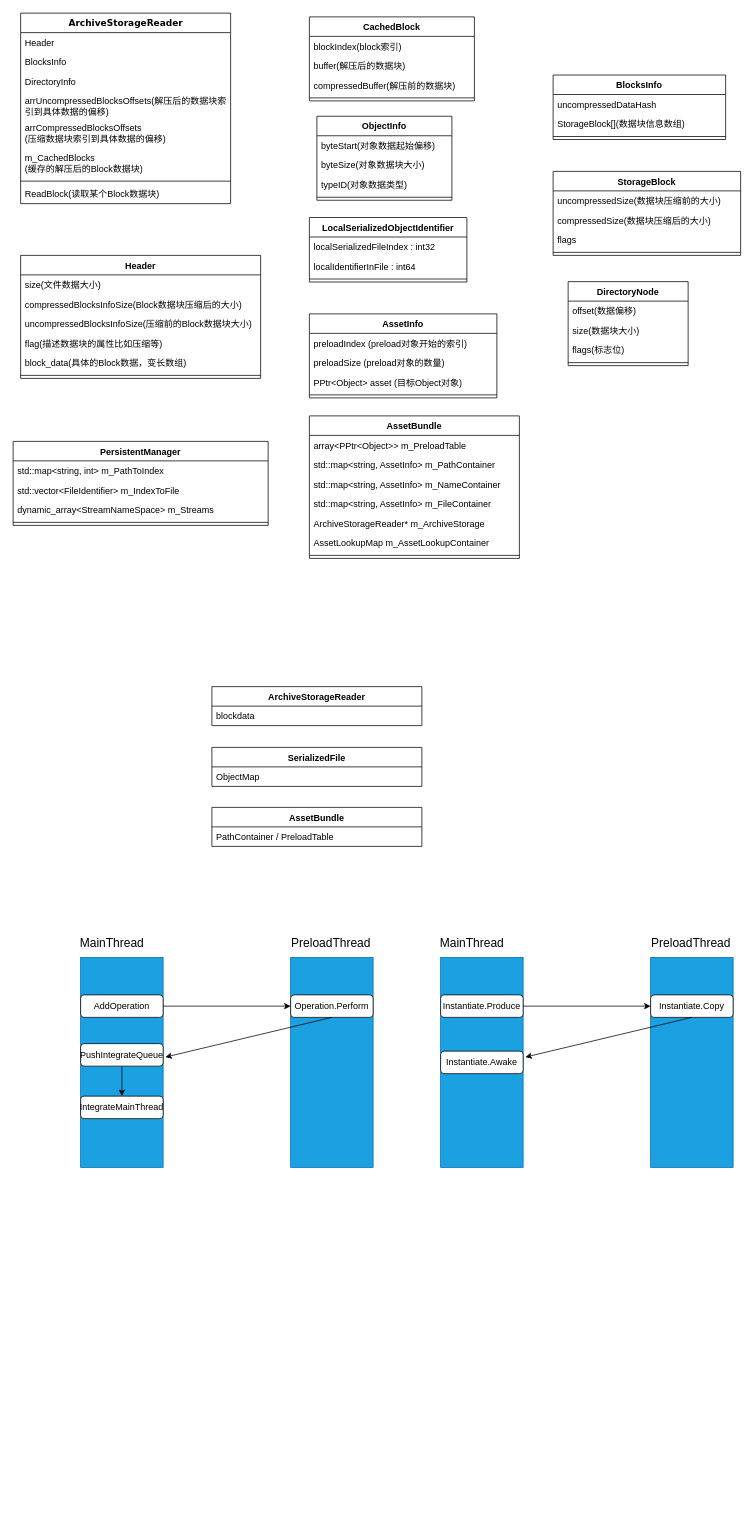
The draw.io diagram Untitled Diagram.drawio in houxuanfelix/FelixCode, before the edit. Source tidied: cells renumbered, new cells numbered last; positions are measured from the earlier drawing's top-left corner, leaving out a move shared by most shapes. Both pictures are drawn from the tidied source at 75%, with x=0, y=0 at pixel (13, 13).
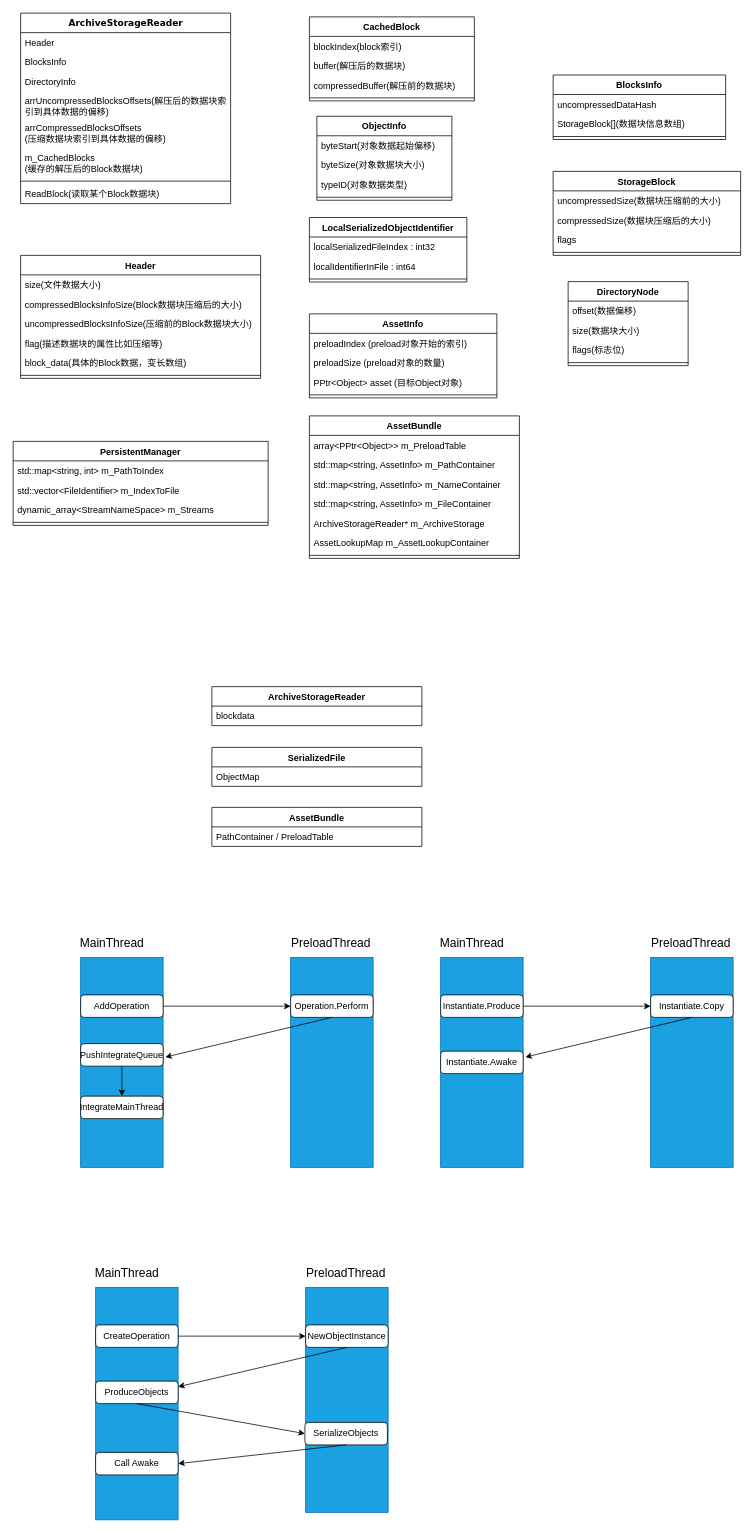
After the change.

Change to the diagram source:
```diff
@@
+    <mxCell id="90" style="rounded=0;whiteSpace=wrap;html=1;strokeColor=#006EAF;fillColor=#1ba1e2;fontColor=#ffffff;" parent="1" vertex="1">
+      <mxGeometry x="110" y="1699" width="110" height="310" as="geometry" />
+    </mxCell>
+    <mxCell id="91" style="edgeStyle=orthogonalEdgeStyle;rounded=0;jettySize=auto;html=1;" parent="1" edge="1" source="92">
+      <mxGeometry relative="1" as="geometry">
+        <mxPoint x="390" y="1764" as="targetPoint" />
+      </mxGeometry>
+    </mxCell>
+    <mxCell id="92" value="CreateOperation&lt;br&gt;" style="rounded=1;whiteSpace=wrap;html=1;" parent="1" vertex="1">
+      <mxGeometry x="110" y="1749" width="110" height="30" as="geometry" />
+    </mxCell>
+    <mxCell id="93" style="rounded=0;whiteSpace=wrap;html=1;strokeColor=#006EAF;fillColor=#1ba1e2;fontColor=#ffffff;" parent="1" vertex="1">
+      <mxGeometry x="390" y="1699" width="110" height="300" as="geometry" />
+    </mxCell>
+    <mxCell id="94" value="NewObjectInstance" style="rounded=1;whiteSpace=wrap;html=1;" parent="1" vertex="1">
+      <mxGeometry x="390" y="1749" width="110" height="30" as="geometry" />
+    </mxCell>
+    <mxCell id="95" style="endArrow=classic;html=1;exitX=0.5;exitY=1;exitDx=0;exitDy=0;entryX=1;entryY=0.25;entryDx=0;entryDy=0;" parent="1" edge="1" source="94" target="96">
+      <mxGeometry relative="1" as="geometry" />
+    </mxCell>
+    <mxCell id="96" value="ProduceObjects" style="rounded=1;whiteSpace=wrap;html=1;" parent="1" vertex="1">
+      <mxGeometry x="110" y="1824" width="110" height="30" as="geometry" />
+    </mxCell>
+    <mxCell id="97" value="MainThread&lt;br style=&quot;font-size: 16px;&quot;&gt;" style="text;html=1;strokeColor=none;fillColor=none;align=center;verticalAlign=middle;whiteSpace=wrap;rounded=0;fontSize=16;" parent="1" vertex="1">
+      <mxGeometry x="132" y="1669" width="40" height="20" as="geometry" />
+    </mxCell>
+    <mxCell id="98" value="PreloadThread" style="text;html=1;strokeColor=none;fillColor=none;align=center;verticalAlign=middle;whiteSpace=wrap;rounded=0;fontSize=16;" parent="1" vertex="1">
+      <mxGeometry x="424" y="1669" width="40" height="20" as="geometry" />
+    </mxCell>
+    <mxCell id="99" value="SerializeObjects" style="rounded=1;whiteSpace=wrap;html=1;" parent="1" vertex="1">
+      <mxGeometry x="389" y="1879" width="110" height="30" as="geometry" />
+    </mxCell>
+    <mxCell id="100" value="Call Awake" style="rounded=1;whiteSpace=wrap;html=1;" parent="1" vertex="1">
+      <mxGeometry x="110" y="1919" width="110" height="30" as="geometry" />
+    </mxCell>
+    <mxCell id="101" style="endArrow=classic;html=1;exitX=0.5;exitY=1;exitDx=0;exitDy=0;entryX=0;entryY=0.5;entryDx=0;entryDy=0;" parent="1" edge="1" source="96" target="99">
+      <mxGeometry relative="1" as="geometry" />
+    </mxCell>
+    <mxCell id="102" style="endArrow=classic;html=1;exitX=0.5;exitY=1;exitDx=0;exitDy=0;entryX=1;entryY=0.5;entryDx=0;entryDy=0;" parent="1" edge="1" source="99" target="100">
+      <mxGeometry relative="1" as="geometry" />
+    </mxCell>
```
